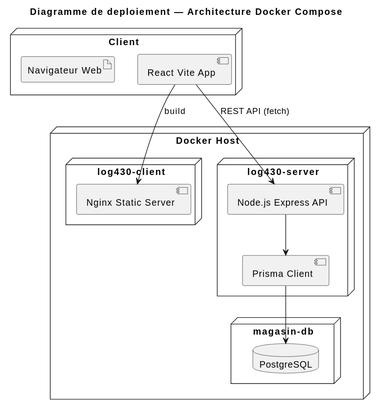
This is docs/svg/Diagramme de deploiement.svg from Minh-Khoi-Le/log430-lab4, a PlantUML export, as it was before one commit.
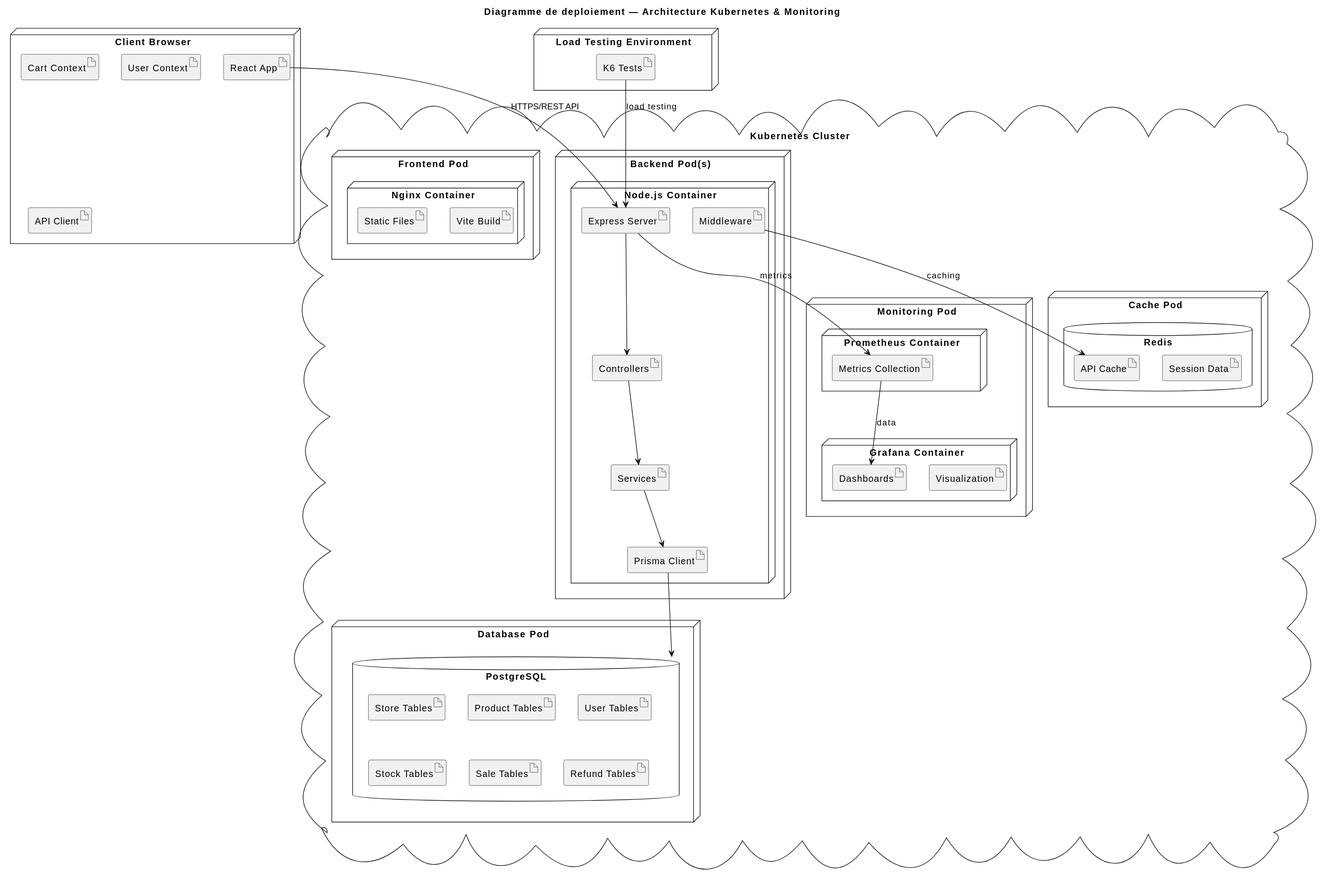
After the commit.

The edit, as a diff of the source:
```diff
@@ -1,26 +1,71 @@
 @startuml
-title Diagramme de deploiement — Architecture Docker Compose
+title Diagramme de deploiement — Architecture Kubernetes & Monitoring
 
-node "Client" {
-  artifact "Navigateur Web"
-  [React Vite App]
+node "Client Browser" {
+  artifact "React App" as ReactApp
+  artifact "Cart Context"
+  artifact "User Context"
+  artifact "API Client"
 }
 
-node "Docker Host" {
-  node "log430-client" {
-    [Nginx Static Server]
+cloud "Kubernetes Cluster" {
+  node "Frontend Pod" {
+    node "Nginx Container" {
+      artifact "Static Files"
+      artifact "Vite Build"
+    }
   }
-  node "log430-server" {
-    [Node.js Express API]
-    [Prisma Client]
+
+  node "Backend Pod(s)" {
+    node "Node.js Container" {
+      artifact "Express Server"
+      artifact "Controllers"
+      artifact "Services"
+      artifact "Middleware"
+      artifact "Prisma Client"
+    }
   }
-  node "magasin-db" {
-    database "PostgreSQL" as DB
+
+  node "Database Pod" {
+    database "PostgreSQL" as DB {
+      artifact "Store Tables"
+      artifact "Product Tables"
+      artifact "User Tables"
+      artifact "Stock Tables"
+      artifact "Sale Tables"
+      artifact "Refund Tables"
+    }
+  }
+
+  node "Cache Pod" {
+    database "Redis" {
+      artifact "API Cache"
+      artifact "Session Data"
+    }
+  }
+
+  node "Monitoring Pod" {
+    node "Prometheus Container" {
+      artifact "Metrics Collection"
+    }
+    node "Grafana Container" {
+      artifact "Dashboards"
+      artifact "Visualization"
+    }
   }
 }
 
-[React Vite App] -down-> [Nginx Static Server] : build
-[React Vite App] --> [Node.js Express API] : REST API (fetch)
-[Node.js Express API] --> [Prisma Client]
-[Prisma Client] --> DB
+node "Load Testing Environment" {
+  artifact "K6 Tests"
+}
+
+ReactApp --> "Express Server" : HTTPS/REST API
+"Express Server" --> "Controllers"
+"Controllers" --> "Services"
+"Services" --> "Prisma Client"
+"Prisma Client" --> DB
+"Middleware" --> "API Cache" : caching
+"Express Server" --> "Metrics Collection" : metrics
+"Metrics Collection" --> "Dashboards" : data
+"K6 Tests" --> "Express Server" : load testing
 @enduml
```
